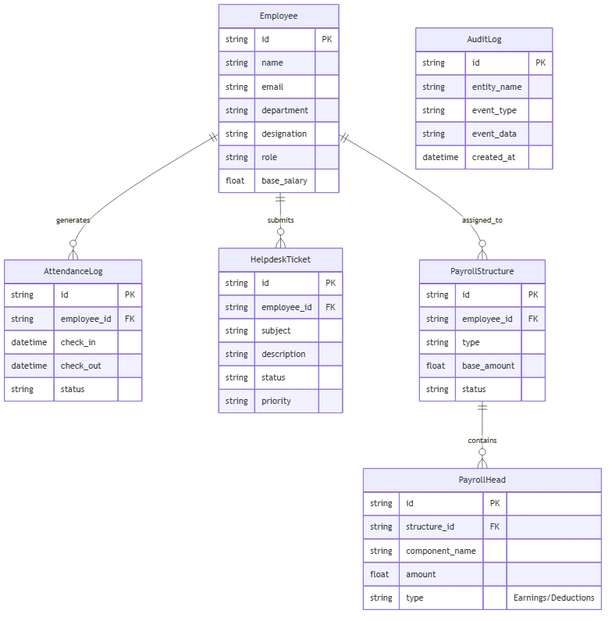
Before: docs/fig4_2_comprehensive_erd.png, a diagram exported from Mermaid (NazmulHasanNihal/employee_management_system). Its source is kept beside it as docs/fig4_2_comprehensive_erd.mmd. The source it was exported from:
```mermaid
erDiagram
    Employee ||--o{ AttendanceLog : "generates"
    Employee ||--o{ HelpdeskTicket : "submits"
    Employee ||--o{ PayrollStructure : "assigned_to"

    PayrollStructure ||--o{ PayrollHead : "contains"

    AuditLog {
        string id PK
        string entity_name
        string event_type
        string event_data
        datetime created_at
    }

    Employee {
        string id PK
        string name
        string email
        string department
        string designation
        string role
        float base_salary
    }

    AttendanceLog {
        string id PK
        string employee_id FK
        datetime check_in
        datetime check_out
        string status
    }

    HelpdeskTicket {
        string id PK
        string employee_id FK
        string subject
        string description
        string status
        string priority
    }

    PayrollStructure {
        string id PK
        string employee_id FK
        string type
        float base_amount
        string status
    }

    PayrollHead {
        string id PK
        string structure_id FK
        string component_name
        float amount
        string type "Earnings/Deductions"
    }

```
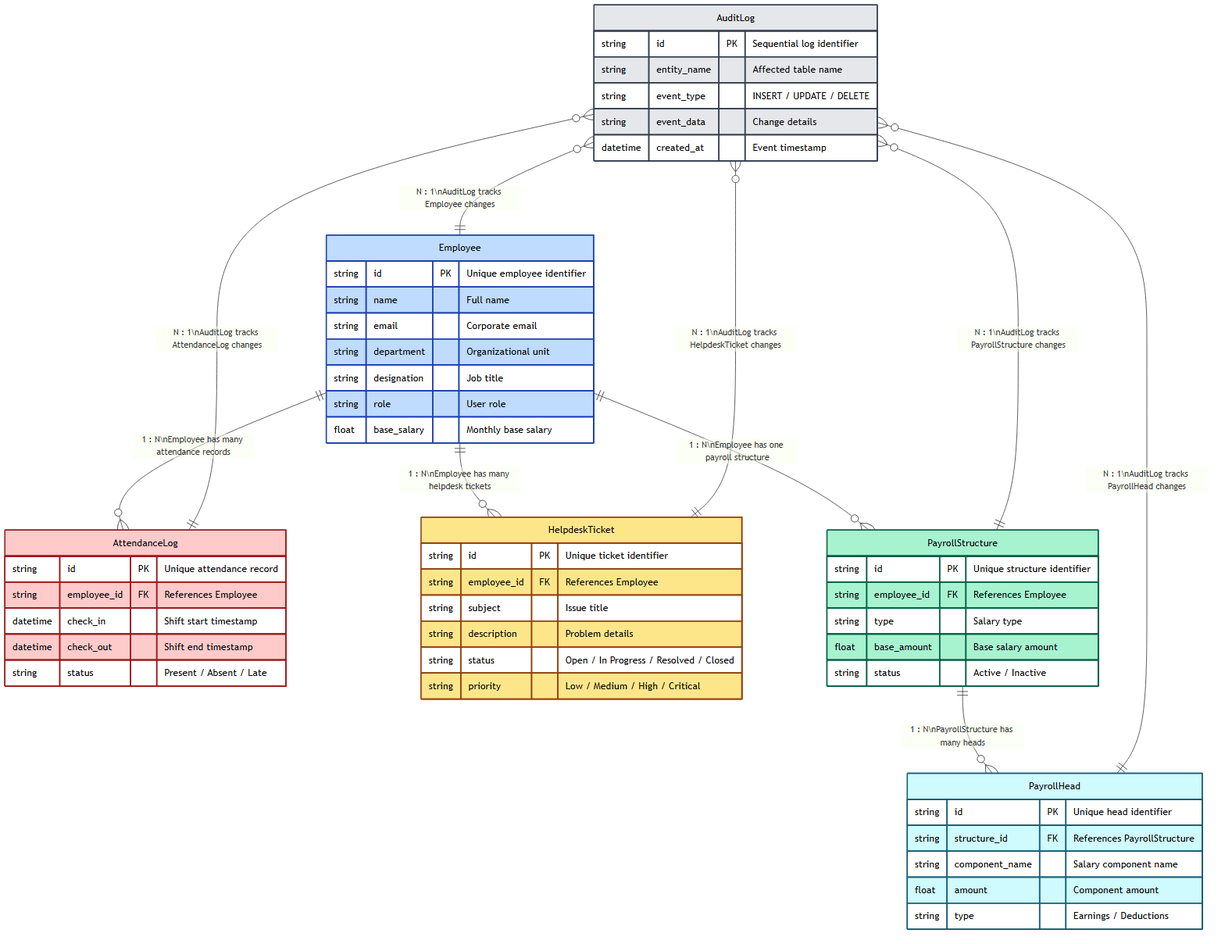
The same file after the commit.

Diff of the diagram source:
```diff
@@ -1,58 +1,77 @@
 erDiagram
-    Employee ||--o{ AttendanceLog : "generates"
-    Employee ||--o{ HelpdeskTicket : "submits"
-    Employee ||--o{ PayrollStructure : "assigned_to"
-
-    PayrollStructure ||--o{ PayrollHead : "contains"
-
-    AuditLog {
-        string id PK
-        string entity_name
-        string event_type
-        string event_data
-        datetime created_at
-    }
 
     Employee {
-        string id PK
-        string name
-        string email
-        string department
-        string designation
-        string role
-        float base_salary
+        string id PK "Unique employee identifier"
+        string name "Full name"
+        string email "Corporate email"
+        string department "Organizational unit"
+        string designation "Job title"
+        string role "User role"
+        float base_salary "Monthly base salary"
     }
 
     AttendanceLog {
-        string id PK
-        string employee_id FK
-        datetime check_in
-        datetime check_out
-        string status
+        string id PK "Unique attendance record"
+        string employee_id FK "References Employee"
+        datetime check_in "Shift start timestamp"
+        datetime check_out "Shift end timestamp"
+        string status "Present / Absent / Late"
     }
 
     HelpdeskTicket {
-        string id PK
-        string employee_id FK
-        string subject
-        string description
-        string status
-        string priority
+        string id PK "Unique ticket identifier"
+        string employee_id FK "References Employee"
+        string subject "Issue title"
+        string description "Problem details"
+        string status "Open / In Progress / Resolved / Closed"
+        string priority "Low / Medium / High / Critical"
     }
 
     PayrollStructure {
-        string id PK
-        string employee_id FK
-        string type
-        float base_amount
-        string status
+        string id PK "Unique structure identifier"
+        string employee_id FK "References Employee"
+        string type "Salary type"
+        float base_amount "Base salary amount"
+        string status "Active / Inactive"
     }
 
     PayrollHead {
-        string id PK
-        string structure_id FK
-        string component_name
-        float amount
-        string type "Earnings/Deductions"
+        string id PK "Unique head identifier"
+        string structure_id FK "References PayrollStructure"
+        string component_name "Salary component name"
+        float amount "Component amount"
+        string type "Earnings / Deductions"
     }
 
+    AuditLog {
+        string id PK "Sequential log identifier"
+        string entity_name "Affected table name"
+        string event_type "INSERT / UPDATE / DELETE"
+        string event_data "Change details"
+        datetime created_at "Event timestamp"
+    }
+
+    Employee ||--o{ AttendanceLog : "1 : N\nEmployee has many attendance records"
+    Employee ||--o{ HelpdeskTicket : "1 : N\nEmployee has many helpdesk tickets"
+    Employee ||--o{ PayrollStructure : "1 : N\nEmployee has one payroll structure"
+    PayrollStructure ||--o{ PayrollHead : "1 : N\nPayrollStructure has many heads"
+
+    AuditLog }o--|| Employee : "N : 1\nAuditLog tracks Employee changes"
+    AuditLog }o--|| AttendanceLog : "N : 1\nAuditLog tracks AttendanceLog changes"
+    AuditLog }o--|| HelpdeskTicket : "N : 1\nAuditLog tracks HelpdeskTicket changes"
+    AuditLog }o--|| PayrollStructure : "N : 1\nAuditLog tracks PayrollStructure changes"
+    AuditLog }o--|| PayrollHead : "N : 1\nAuditLog tracks PayrollHead changes"
+
+    classDef employeeStyle fill:#BFDBFE,stroke:#1E40AF,stroke-width:2px,color:#000000
+    classDef attendanceStyle fill:#FECACA,stroke:#991B1B,stroke-width:2px,color:#000000
+    classDef helpdeskStyle fill:#FDE68A,stroke:#92400E,stroke-width:2px,color:#000000
+    classDef payrollStructStyle fill:#A7F3D0,stroke:#065F46,stroke-width:2px,color:#000000
+    classDef payrollHeadStyle fill:#CFFAFE,stroke:#155E75,stroke-width:2px,color:#000000
+    classDef auditStyle fill:#E5E7EB,stroke:#374151,stroke-width:2px,color:#000000
+
+    class Employee employeeStyle
+    class AttendanceLog attendanceStyle
+    class HelpdeskTicket helpdeskStyle
+    class PayrollStructure payrollStructStyle
+    class PayrollHead payrollHeadStyle
+    class AuditLog auditStyle
```
